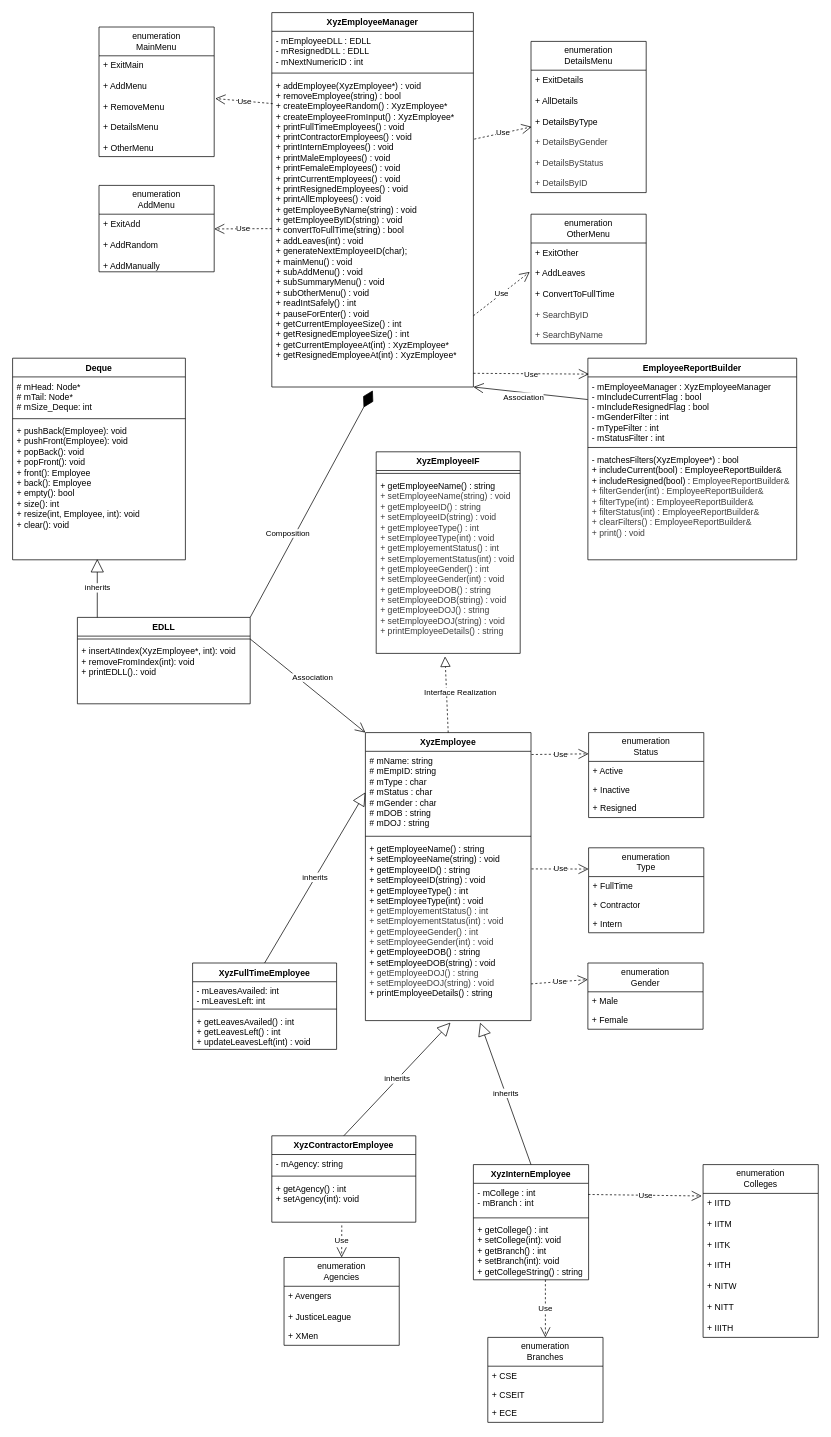
This is umlFile.drawio from IBM-PHYP-DEV-HYD/ems-aniketsrivast, a draw.io file, before an edit. Source tidied: cells renumbered, new cells numbered last; positions are measured from the earlier drawing's top-left corner, leaving out a move shared by most shapes. Both pictures are drawn from the tidied source at 72%, with x=0, y=0 at pixel (12, 12).
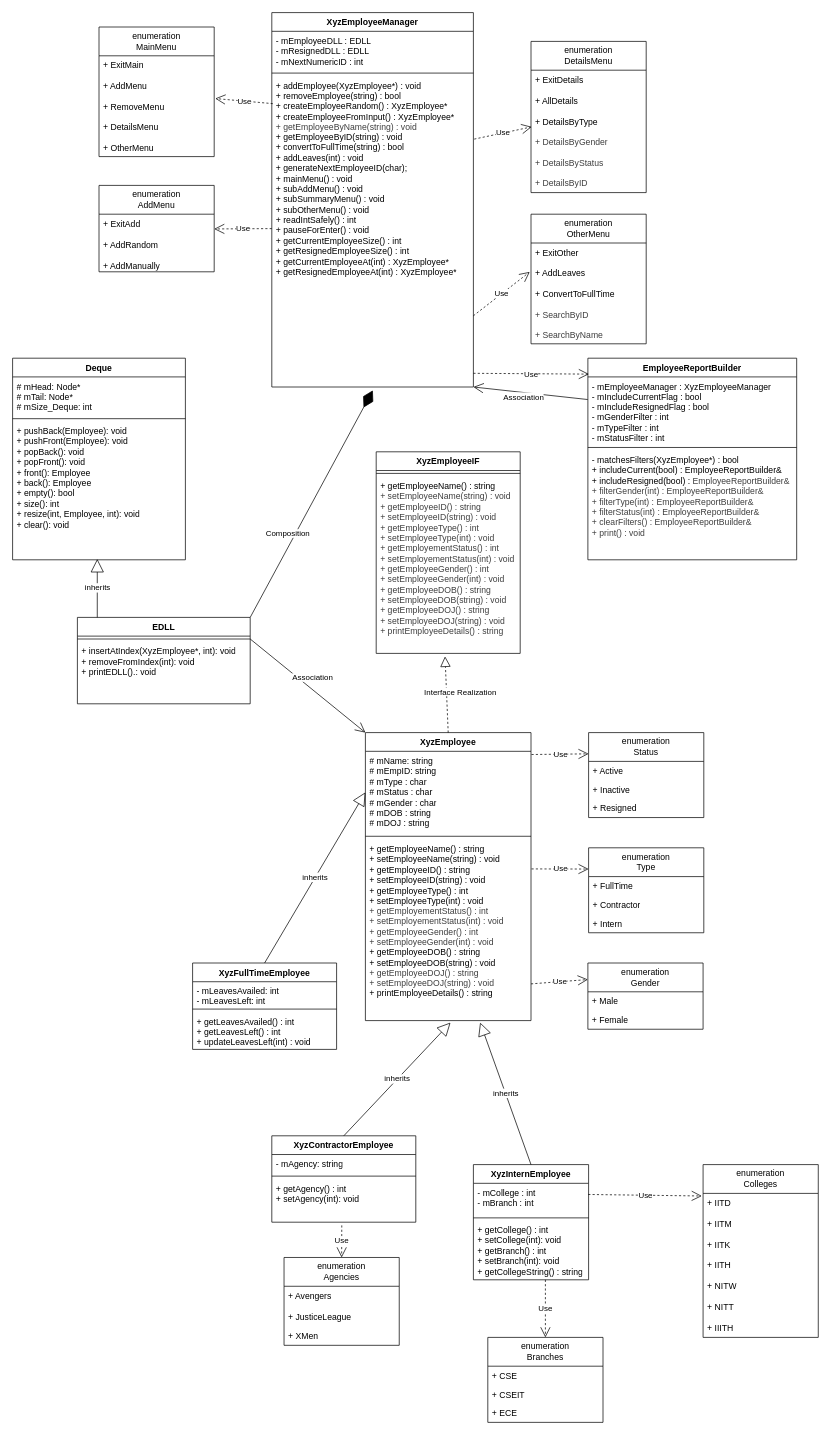
Above is the later version.

The change refers to these unchanged cells:
```xml
<mxCell id="13" value="XyzEmployeeManager" style="swimlane;fontStyle=1;align=center;verticalAlign=top;horizontal=1;startSize=26;whiteSpace=wrap;html=1;" parent="1" vertex="1">
  <mxGeometry x="360" width="280" height="520" as="geometry" />
</mxCell>
```

What changed in the source:
```diff
@@
-    <mxCell id="16" value="+ addEmployee(XyzEmployee*) : void&lt;div&gt;+ removeEmployee(string) : bool&lt;/div&gt;&lt;div&gt;+ createEmployeeRandom() :&amp;nbsp;&lt;span style=&quot;color: rgb(0, 0, 0);&quot;&gt;XyzEmployee*&lt;/span&gt;&lt;/div&gt;&lt;div&gt;&lt;font color=&quot;#000000&quot;&gt;+ createEmployeeFromInput() :&amp;nbsp;&lt;/font&gt;&lt;span style=&quot;color: rgb(0, 0, 0);&quot;&gt;XyzEmployee*&lt;/span&gt;&lt;font color=&quot;#000000&quot;&gt;&lt;br&gt;&lt;/font&gt;&lt;div&gt;&lt;span style=&quot;background-color: transparent;&quot;&gt;+ printFullTimeEmployees() : void&lt;/span&gt;&lt;/div&gt;&lt;/div&gt;&lt;div&gt;+ printContractorEmployees() : void&lt;/div&gt;&lt;div&gt;+ printInternEmployees() : void&lt;/div&gt;&lt;div&gt;+ printMaleEmployees() : void&lt;/div&gt;&lt;div&gt;+ printFemaleEmployees() : void&lt;/div&gt;&lt;div&gt;+ printCurrentEmployees() : void&lt;/div&gt;&lt;div&gt;+ printResignedEmployees() : void&lt;/div&gt;&lt;div&gt;+ printAllEmployees() : void&lt;/div&gt;&lt;div&gt;+ getEmployeeByName(string) : void&lt;/div&gt;&lt;div&gt;+&amp;nbsp;&lt;span style=&quot;background-color: transparent; color: light-dark(rgb(0, 0, 0), rgb(255, 255, 255));&quot;&gt;getEmployeeByID(string) : void&lt;/span&gt;&lt;/div&gt;&lt;div&gt;&lt;span style=&quot;background-color: transparent; color: light-dark(rgb(0, 0, 0), rgb(255, 255, 255));&quot;&gt;+ convertToFullTime(string) : bool&lt;/span&gt;&lt;/div&gt;&lt;div&gt;&lt;span style=&quot;background-color: transparent; color: light-dark(rgb(0, 0, 0), rgb(255, 255, 255));&quot;&gt;+ addLeaves(int) : void&lt;/span&gt;&lt;/div&gt;&lt;div&gt;&lt;span style=&quot;background-color: transparent; color: light-dark(rgb(0, 0, 0), rgb(255, 255, 255));&quot;&gt;+ generateNextEmployeeID(char);&lt;/span&gt;&lt;/div&gt;&lt;div&gt;&lt;span style=&quot;background-color: transparent; color: light-dark(rgb(0, 0, 0), rgb(255, 255, 255));&quot;&gt;+ mainMenu() : void&lt;/span&gt;&lt;/div&gt;&lt;div&gt;&lt;span style=&quot;background-color: transparent; color: light-dark(rgb(0, 0, 0), rgb(255, 255, 255));&quot;&gt;+ subAddMenu() : void&lt;/span&gt;&lt;/div&gt;&lt;div&gt;&lt;span style=&quot;background-color: transparent; color: light-dark(rgb(0, 0, 0), rgb(255, 255, 255));&quot;&gt;+ subSummaryMenu() : void&lt;/span&gt;&lt;/div&gt;&lt;div&gt;&lt;span style=&quot;background-color: transparent; color: light-dark(rgb(0, 0, 0), rgb(255, 255, 255));&quot;&gt;+ subOtherMenu() : void&lt;/span&gt;&lt;/div&gt;&lt;div&gt;&lt;span style=&quot;background-color: transparent; color: light-dark(rgb(0, 0, 0), rgb(255, 255, 255));&quot;&gt;+ readIntSafely() : int&lt;/span&gt;&lt;/div&gt;&lt;div&gt;&lt;span style=&quot;background-color: transparent; color: light-dark(rgb(0, 0, 0), rgb(255, 255, 255));&quot;&gt;+ pauseForEnter() : void&lt;/span&gt;&lt;/div&gt;&lt;div&gt;&lt;span style=&quot;background-color: transparent; color: light-dark(rgb(0, 0, 0), rgb(255, 255, 255));&quot;&gt;+ getCurrentEmployeeSize() : int&lt;/span&gt;&lt;/div&gt;&lt;div&gt;&lt;span style=&quot;background-color: transparent; color: light-dark(rgb(0, 0, 0), rgb(255, 255, 255));&quot;&gt;+ getResignedEmployeeSize() : int&lt;/span&gt;&lt;/div&gt;&lt;div&gt;&lt;span style=&quot;background-color: transparent; color: light-dark(rgb(0, 0, 0), rgb(255, 255, 255));&quot;&gt;+ getCurrentEmployeeAt(int) : XyzEmployee*&lt;/span&gt;&lt;/div&gt;&lt;div&gt;&lt;span style=&quot;color: rgb(0, 0, 0);&quot;&gt;+ getResignedEmployeeAt(int) : XyzEmployee*&lt;/span&gt;&lt;span style=&quot;background-color: transparent; color: light-dark(rgb(0, 0, 0), rgb(255, 255, 255));&quot;&gt;&lt;/span&gt;&lt;/div&gt;" style="text;strokeColor=none;fillColor=none;align=left;verticalAlign=top;spacingLeft=4;spacingRight=4;overflow=hidden;points=[[0,0.5],[1,0.5]];portConstraint=eastwest;whiteSpace=wrap;html=1;" parent="13" vertex="1">
+    <mxCell id="16" value="+ addEmployee(XyzEmployee*) : void&lt;div&gt;+ removeEmployee(string) : bool&lt;/div&gt;&lt;div&gt;+ createEmployeeRandom() :&amp;nbsp;&lt;span style=&quot;color: rgb(0, 0, 0);&quot;&gt;XyzEmployee*&lt;/span&gt;&lt;/div&gt;&lt;div&gt;&lt;font color=&quot;#000000&quot;&gt;+ createEmployeeFromInput() :&amp;nbsp;&lt;/font&gt;&lt;span style=&quot;color: rgb(0, 0, 0);&quot;&gt;XyzEmployee*&lt;/span&gt;&lt;font color=&quot;#000000&quot;&gt;&lt;br&gt;&lt;/font&gt;&lt;div&gt;&lt;span style=&quot;color: rgb(63, 63, 63); background-color: transparent;&quot;&gt;+ getEmployeeByName(string) : void&lt;/span&gt;&lt;/div&gt;&lt;/div&gt;&lt;div&gt;+&amp;nbsp;&lt;span style=&quot;background-color: transparent; color: light-dark(rgb(0, 0, 0), rgb(255, 255, 255));&quot;&gt;getEmployeeByID(string) : void&lt;/span&gt;&lt;/div&gt;&lt;div&gt;&lt;span style=&quot;background-color: transparent; color: light-dark(rgb(0, 0, 0), rgb(255, 255, 255));&quot;&gt;+ convertToFullTime(string) : bool&lt;/span&gt;&lt;/div&gt;&lt;div&gt;&lt;span style=&quot;background-color: transparent; color: light-dark(rgb(0, 0, 0), rgb(255, 255, 255));&quot;&gt;+ addLeaves(int) : void&lt;/span&gt;&lt;/div&gt;&lt;div&gt;&lt;span style=&quot;background-color: transparent; color: light-dark(rgb(0, 0, 0), rgb(255, 255, 255));&quot;&gt;+ generateNextEmployeeID(char);&lt;/span&gt;&lt;/div&gt;&lt;div&gt;&lt;span style=&quot;background-color: transparent; color: light-dark(rgb(0, 0, 0), rgb(255, 255, 255));&quot;&gt;+ mainMenu() : void&lt;/span&gt;&lt;/div&gt;&lt;div&gt;&lt;span style=&quot;background-color: transparent; color: light-dark(rgb(0, 0, 0), rgb(255, 255, 255));&quot;&gt;+ subAddMenu() : void&lt;/span&gt;&lt;/div&gt;&lt;div&gt;&lt;span style=&quot;background-color: transparent; color: light-dark(rgb(0, 0, 0), rgb(255, 255, 255));&quot;&gt;+ subSummaryMenu() : void&lt;/span&gt;&lt;/div&gt;&lt;div&gt;&lt;span style=&quot;background-color: transparent; color: light-dark(rgb(0, 0, 0), rgb(255, 255, 255));&quot;&gt;+ subOtherMenu() : void&lt;/span&gt;&lt;/div&gt;&lt;div&gt;&lt;span style=&quot;background-color: transparent; color: light-dark(rgb(0, 0, 0), rgb(255, 255, 255));&quot;&gt;+ readIntSafely() : int&lt;/span&gt;&lt;/div&gt;&lt;div&gt;&lt;span style=&quot;background-color: transparent; color: light-dark(rgb(0, 0, 0), rgb(255, 255, 255));&quot;&gt;+ pauseForEnter() : void&lt;/span&gt;&lt;/div&gt;&lt;div&gt;&lt;span style=&quot;background-color: transparent; color: light-dark(rgb(0, 0, 0), rgb(255, 255, 255));&quot;&gt;+ getCurrentEmployeeSize() : int&lt;/span&gt;&lt;/div&gt;&lt;div&gt;&lt;span style=&quot;background-color: transparent; color: light-dark(rgb(0, 0, 0), rgb(255, 255, 255));&quot;&gt;+ getResignedEmployeeSize() : int&lt;/span&gt;&lt;/div&gt;&lt;div&gt;&lt;span style=&quot;background-color: transparent; color: light-dark(rgb(0, 0, 0), rgb(255, 255, 255));&quot;&gt;+ getCurrentEmployeeAt(int) : XyzEmployee*&lt;/span&gt;&lt;/div&gt;&lt;div&gt;&lt;span style=&quot;color: rgb(0, 0, 0);&quot;&gt;+ getResignedEmployeeAt(int) : XyzEmployee*&lt;/span&gt;&lt;span style=&quot;background-color: transparent; color: light-dark(rgb(0, 0, 0), rgb(255, 255, 255));&quot;&gt;&lt;/span&gt;&lt;/div&gt;" style="text;strokeColor=none;fillColor=none;align=left;verticalAlign=top;spacingLeft=4;spacingRight=4;overflow=hidden;points=[[0,0.5],[1,0.5]];portConstraint=eastwest;whiteSpace=wrap;html=1;" parent="13" vertex="1">
       <mxGeometry y="88" width="280" height="432" as="geometry" />
     </mxCell>
```
